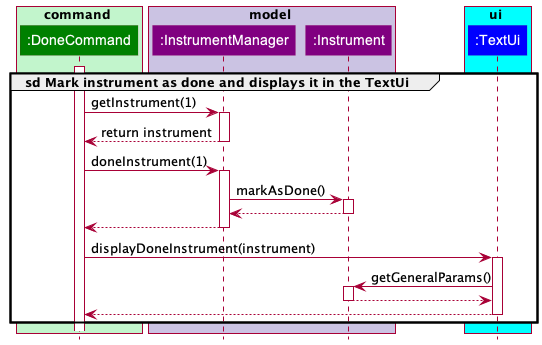
Earlier version of the PlantUML export docs/images/DoneCryptoExecuteDiagram.png (williamlamjy/mTracker).
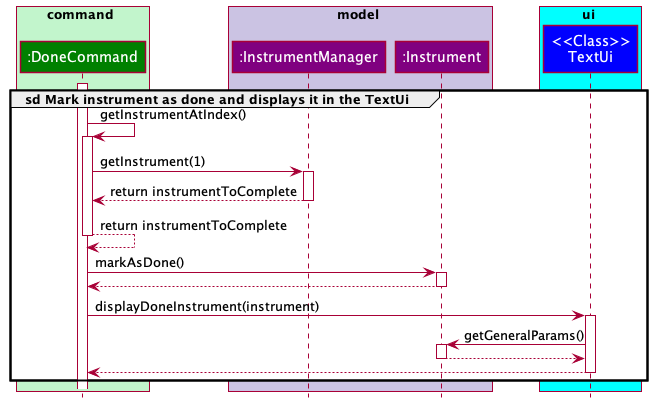
Above is the later version.

Change to the diagram source:
```diff
@@ -12,27 +12,24 @@
 end box
 
 box ui COLOR_LIGHT_BLUE
-participant ":TextUi" as TextUi COLOR_UI
+participant "<<Class>>\nTextUi" as TextUi COLOR_UI
 end box
 
 activate DoneCommand
+DoneCommand-> DoneCommand: getInstrumentAtIndex()
+activate DoneCommand
+
 DoneCommand-> InstrumentManager: getInstrument(1)
 activate InstrumentManager
+InstrumentManager--> DoneCommand: return instrumentToComplete
+deactivate InstrumentManager
+DoneCommand--> DoneCommand: return instrumentToComplete
+deactivate DoneCommand
 
-InstrumentManager--> DoneCommand: return instrument
-deactivate InstrumentManager
-
-DoneCommand-> InstrumentManager: doneInstrument(1)
-activate InstrumentManager
-
-InstrumentManager-> Instrument: markAsDone()
+DoneCommand-> Instrument: markAsDone()
 activate Instrument
-
-Instrument--> InstrumentManager
+Instrument--> DoneCommand
 deactivate Instrument
-
-InstrumentManager--> DoneCommand
-deactivate InstrumentManager
 
 DoneCommand-> TextUi: displayDoneInstrument(instrument)
 activate TextUi
```
